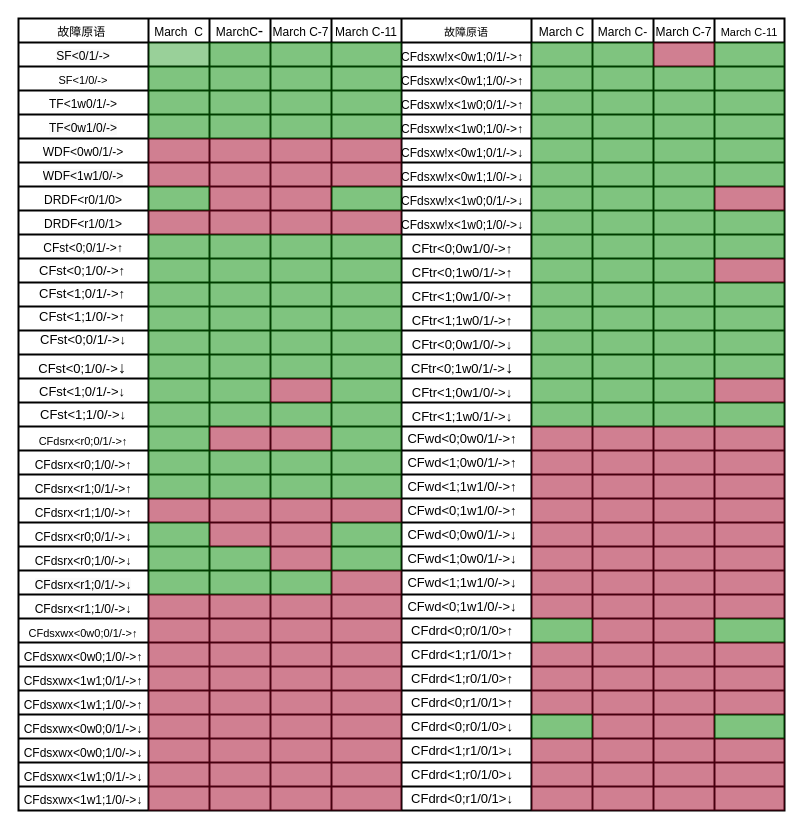
Earlier version of the draw.io diagram doc/compare2.drawio (shanshan-lu/homwork). Source tidied: cells renumbered, new cells numbered last; positions are measured from the earlier drawing's top-left corner, leaving out a move shared by most shapes. Both pictures are drawn from the tidied source at 100%, with x=0, y=0 at pixel (17, 18).
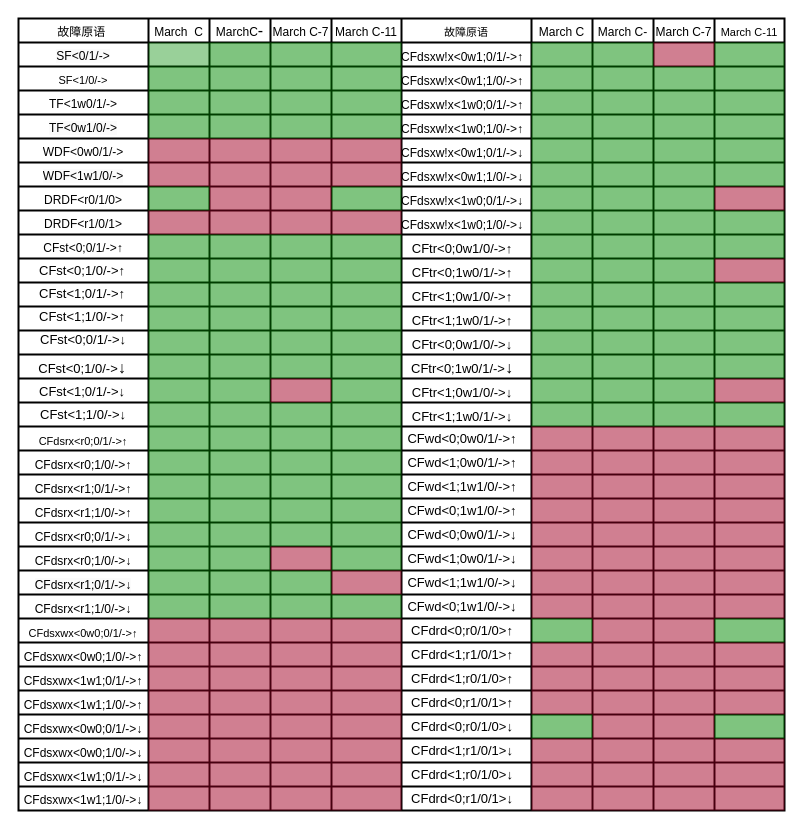
The same page after the edit.

Unchanged cells that the change refers to:
```xml
<mxCell id="190" style="shape=tableRow;horizontal=0;startSize=0;swimlaneHead=0;swimlaneBody=0;strokeColor=inherit;top=0;left=0;bottom=0;right=0;fillColor=none;fontSize=16;strokeWidth=2;" parent="2" vertex="1">
  <mxGeometry y="408" width="766" height="24" as="geometry" />
</mxCell>
<mxCell id="223" style="shape=tableRow;horizontal=0;startSize=0;swimlaneHead=0;swimlaneBody=0;strokeColor=inherit;top=0;left=0;bottom=0;right=0;fillColor=none;fontSize=16;strokeWidth=2;" parent="2" vertex="1">
  <mxGeometry y="480" width="766" height="24" as="geometry" />
</mxCell>
<mxCell id="234" style="shape=tableRow;horizontal=0;startSize=0;swimlaneHead=0;swimlaneBody=0;strokeColor=inherit;top=0;left=0;bottom=0;right=0;fillColor=none;fontSize=16;strokeWidth=2;" parent="2" vertex="1">
  <mxGeometry y="504" width="766" height="24" as="geometry" />
</mxCell>
<mxCell id="267" style="shape=tableRow;horizontal=0;startSize=0;swimlaneHead=0;swimlaneBody=0;strokeColor=inherit;top=0;left=0;bottom=0;right=0;fillColor=none;fontSize=16;strokeWidth=2;" parent="2" vertex="1">
  <mxGeometry y="576" width="766" height="24" as="geometry" />
</mxCell>
```

Change to the diagram source:
```diff
@@
-    <mxCell id="193" style="shape=partialRectangle;html=1;whiteSpace=wrap;strokeColor=#6F0000;overflow=hidden;fillColor=#a20025;top=0;left=0;bottom=0;right=0;fontSize=16;strokeWidth=2;fontColor=#ffffff;opacity=50;" parent="190" vertex="1">
+    <mxCell id="193" style="shape=partialRectangle;html=1;whiteSpace=wrap;strokeColor=#005700;overflow=hidden;fillColor=#008a00;top=0;left=0;bottom=0;right=0;fontSize=16;strokeWidth=2;fontColor=#ffffff;opacity=50;" parent="190" vertex="1">
       <mxGeometry x="191" width="61" height="24" as="geometry" />
     </mxCell>
-    <mxCell id="194" style="shape=partialRectangle;html=1;whiteSpace=wrap;strokeColor=#6F0000;overflow=hidden;fillColor=#a20025;top=0;left=0;bottom=0;right=0;fontSize=16;strokeWidth=2;fontColor=#ffffff;opacity=50;" parent="190" vertex="1">
+    <mxCell id="194" style="shape=partialRectangle;html=1;whiteSpace=wrap;strokeColor=#005700;overflow=hidden;fillColor=#008a00;top=0;left=0;bottom=0;right=0;fontSize=16;strokeWidth=2;fontColor=#ffffff;opacity=50;" parent="190" vertex="1">
       <mxGeometry x="252" width="61" height="24" as="geometry" />
     </mxCell>
@@
-    <mxCell id="225" style="shape=partialRectangle;html=1;whiteSpace=wrap;strokeColor=#6F0000;overflow=hidden;fillColor=#a20025;top=0;left=0;bottom=0;right=0;fontSize=16;strokeWidth=2;opacity=50;fontColor=#ffffff;" parent="223" vertex="1">
+    <mxCell id="225" style="shape=partialRectangle;html=1;whiteSpace=wrap;strokeColor=#005700;overflow=hidden;fillColor=#008a00;top=0;left=0;bottom=0;right=0;fontSize=16;strokeWidth=2;opacity=50;fontColor=#ffffff;" parent="223" vertex="1">
       <mxGeometry x="130" width="61" height="24" as="geometry" />
     </mxCell>
-    <mxCell id="226" style="shape=partialRectangle;html=1;whiteSpace=wrap;strokeColor=#6F0000;overflow=hidden;fillColor=#a20025;top=0;left=0;bottom=0;right=0;fontSize=16;strokeWidth=2;fontColor=#ffffff;opacity=50;" parent="223" vertex="1">
+    <mxCell id="226" style="shape=partialRectangle;html=1;whiteSpace=wrap;strokeColor=#005700;overflow=hidden;fillColor=#008a00;top=0;left=0;bottom=0;right=0;fontSize=16;strokeWidth=2;fontColor=#ffffff;opacity=50;" parent="223" vertex="1">
       <mxGeometry x="191" width="61" height="24" as="geometry" />
     </mxCell>
-    <mxCell id="227" style="shape=partialRectangle;html=1;whiteSpace=wrap;strokeColor=#6F0000;overflow=hidden;fillColor=#a20025;top=0;left=0;bottom=0;right=0;fontSize=16;strokeWidth=2;fontColor=#ffffff;opacity=50;" parent="223" vertex="1">
+    <mxCell id="227" style="shape=partialRectangle;html=1;whiteSpace=wrap;strokeColor=#005700;overflow=hidden;fillColor=#008a00;top=0;left=0;bottom=0;right=0;fontSize=16;strokeWidth=2;fontColor=#ffffff;opacity=50;" parent="223" vertex="1">
       <mxGeometry x="252" width="61" height="24" as="geometry" />
     </mxCell>
-    <mxCell id="228" style="shape=partialRectangle;html=1;whiteSpace=wrap;strokeColor=#6F0000;overflow=hidden;fillColor=#a20025;top=0;left=0;bottom=0;right=0;fontSize=16;strokeWidth=2;fontColor=#ffffff;opacity=50;" parent="223" vertex="1">
+    <mxCell id="228" style="shape=partialRectangle;html=1;whiteSpace=wrap;strokeColor=#005700;overflow=hidden;fillColor=#008a00;top=0;left=0;bottom=0;right=0;fontSize=16;strokeWidth=2;fontColor=#ffffff;opacity=50;" parent="223" vertex="1">
       <mxGeometry x="313" width="70" height="24" as="geometry" />
     </mxCell>
@@
-    <mxCell id="237" style="shape=partialRectangle;html=1;whiteSpace=wrap;strokeColor=#6F0000;overflow=hidden;fillColor=#a20025;top=0;left=0;bottom=0;right=0;fontSize=16;strokeWidth=2;fontColor=#ffffff;opacity=50;" parent="234" vertex="1">
+    <mxCell id="237" style="shape=partialRectangle;html=1;whiteSpace=wrap;strokeColor=#005700;overflow=hidden;fillColor=#008a00;top=0;left=0;bottom=0;right=0;fontSize=16;strokeWidth=2;fontColor=#ffffff;opacity=50;" parent="234" vertex="1">
       <mxGeometry x="191" width="61" height="24" as="geometry" />
     </mxCell>
-    <mxCell id="238" style="shape=partialRectangle;html=1;whiteSpace=wrap;strokeColor=#6F0000;overflow=hidden;fillColor=#a20025;top=0;left=0;bottom=0;right=0;fontSize=16;strokeWidth=2;fontColor=#ffffff;opacity=50;" parent="234" vertex="1">
+    <mxCell id="238" style="shape=partialRectangle;html=1;whiteSpace=wrap;strokeColor=#005700;overflow=hidden;fillColor=#008a00;top=0;left=0;bottom=0;right=0;fontSize=16;strokeWidth=2;fontColor=#ffffff;opacity=50;" parent="234" vertex="1">
       <mxGeometry x="252" width="61" height="24" as="geometry" />
     </mxCell>
@@
-    <mxCell id="269" style="shape=partialRectangle;html=1;whiteSpace=wrap;strokeColor=#6F0000;overflow=hidden;fillColor=#a20025;top=0;left=0;bottom=0;right=0;fontSize=16;strokeWidth=2;opacity=50;fontColor=#ffffff;" parent="267" vertex="1">
+    <mxCell id="269" style="shape=partialRectangle;html=1;whiteSpace=wrap;strokeColor=#005700;overflow=hidden;fillColor=#008a00;top=0;left=0;bottom=0;right=0;fontSize=16;strokeWidth=2;opacity=50;fontColor=#ffffff;" parent="267" vertex="1">
       <mxGeometry x="130" width="61" height="24" as="geometry" />
     </mxCell>
-    <mxCell id="270" style="shape=partialRectangle;html=1;whiteSpace=wrap;strokeColor=#6F0000;overflow=hidden;fillColor=#a20025;top=0;left=0;bottom=0;right=0;fontSize=16;strokeWidth=2;fontColor=#ffffff;opacity=50;" parent="267" vertex="1">
+    <mxCell id="270" style="shape=partialRectangle;html=1;whiteSpace=wrap;strokeColor=#005700;overflow=hidden;fillColor=#008a00;top=0;left=0;bottom=0;right=0;fontSize=16;strokeWidth=2;fontColor=#ffffff;opacity=50;" parent="267" vertex="1">
       <mxGeometry x="191" width="61" height="24" as="geometry" />
     </mxCell>
-    <mxCell id="271" style="shape=partialRectangle;html=1;whiteSpace=wrap;strokeColor=#6F0000;overflow=hidden;fillColor=#a20025;top=0;left=0;bottom=0;right=0;fontSize=16;strokeWidth=2;fontColor=#ffffff;opacity=50;" parent="267" vertex="1">
+    <mxCell id="271" style="shape=partialRectangle;html=1;whiteSpace=wrap;strokeColor=#005700;overflow=hidden;fillColor=#008a00;top=0;left=0;bottom=0;right=0;fontSize=16;strokeWidth=2;fontColor=#ffffff;opacity=50;" parent="267" vertex="1">
       <mxGeometry x="252" width="61" height="24" as="geometry" />
     </mxCell>
-    <mxCell id="272" style="shape=partialRectangle;html=1;whiteSpace=wrap;strokeColor=#6F0000;overflow=hidden;fillColor=#a20025;top=0;left=0;bottom=0;right=0;fontSize=16;strokeWidth=2;fontColor=#ffffff;opacity=50;" parent="267" vertex="1">
+    <mxCell id="272" style="shape=partialRectangle;html=1;whiteSpace=wrap;strokeColor=#005700;overflow=hidden;fillColor=#008a00;top=0;left=0;bottom=0;right=0;fontSize=16;strokeWidth=2;fontColor=#ffffff;opacity=50;" parent="267" vertex="1">
       <mxGeometry x="313" width="70" height="24" as="geometry" />
     </mxCell>
```
